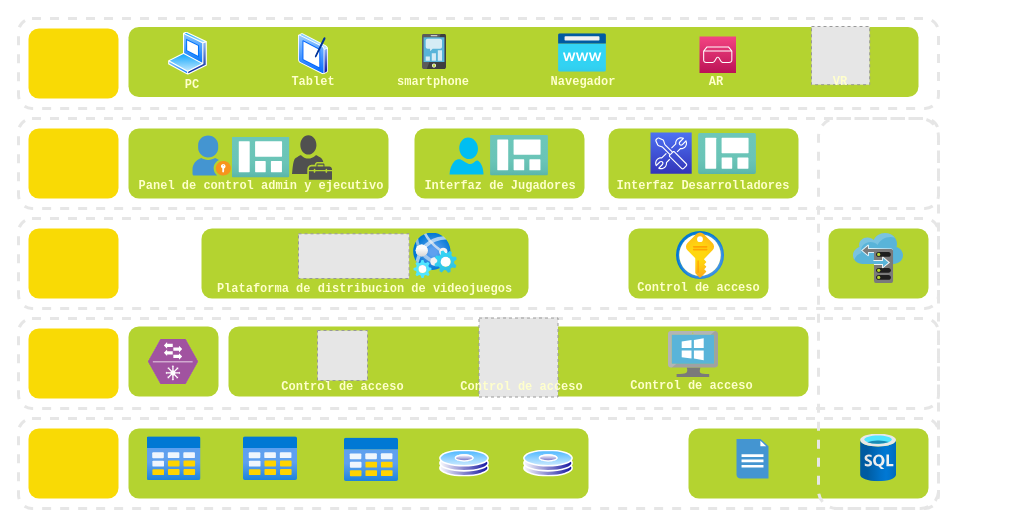
Earlier version of the draw.io diagram diagrama-plataforma-juegos-ecopetrol.drawio (atractorestudio/docs). Source tidied: cells renumbered, new cells numbered last; positions are measured from the earlier drawing's top-left corner, leaving out a move shared by most shapes. Both pictures are drawn from the tidied source at 100%, with x=0, y=0 at pixel (18, 18). Pictures stored in the file or linked from it are replaced by grey dashed boxes.
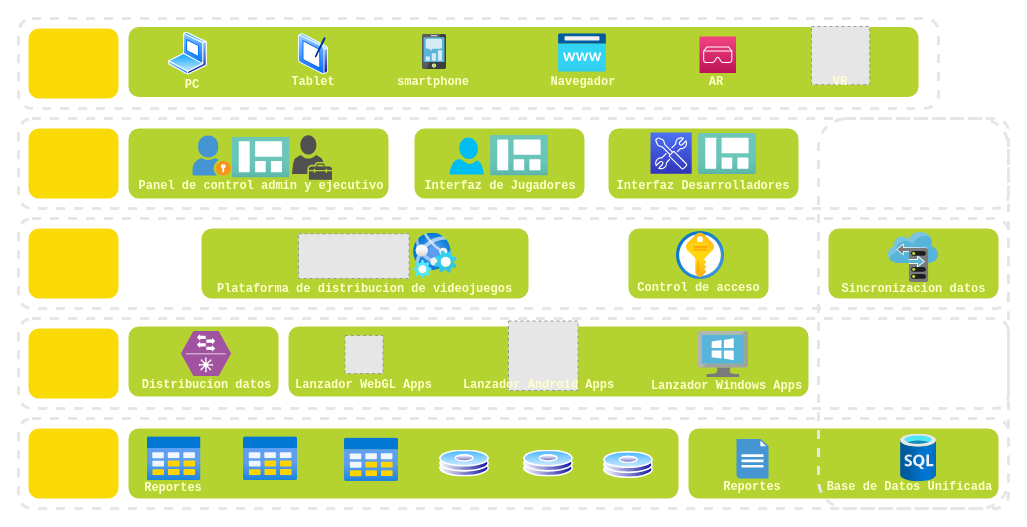
The same page after the edit.

Change to the diagram source:
```diff
@@
     <mxCell id="4" style="rounded=1;whiteSpace=wrap;html=1;dashed=1;strokeColor=#E6E6E6;strokeWidth=3;" parent="1" vertex="1">
-      <mxGeometry y="100" width="920" height="90" as="geometry" />
+      <mxGeometry y="100" width="990" height="90" as="geometry" />
     </mxCell>
@@
     <mxCell id="8" style="rounded=1;whiteSpace=wrap;html=1;dashed=1;strokeColor=#E6E6E6;strokeWidth=3;" parent="1" vertex="1">
-      <mxGeometry y="200" width="920" height="90" as="geometry" />
+      <mxGeometry y="200" width="990" height="90" as="geometry" />
     </mxCell>
     <mxCell id="9" style="rounded=1;whiteSpace=wrap;html=1;dashed=1;sketch=0;strokeWidth=3;strokeColor=none;fillColor=#B4D330;" parent="1" vertex="1">
-      <mxGeometry x="810" y="210" width="100" height="70" as="geometry" />
+      <mxGeometry x="810" y="210" width="170" height="70" as="geometry" />
     </mxCell>
@@
     <mxCell id="12" style="rounded=1;whiteSpace=wrap;html=1;dashed=1;strokeColor=#E6E6E6;strokeWidth=3;" parent="1" vertex="1">
-      <mxGeometry y="300" width="920" height="90" as="geometry" />
+      <mxGeometry y="300" width="990" height="90" as="geometry" />
     </mxCell>
     <mxCell id="13" style="rounded=1;whiteSpace=wrap;html=1;dashed=1;sketch=0;strokeWidth=3;strokeColor=none;fillColor=#B4D330;" parent="1" vertex="1">
-      <mxGeometry x="110" y="308" width="90" height="70" as="geometry" />
+      <mxGeometry x="110" y="308" width="150" height="70" as="geometry" />
     </mxCell>
     <mxCell id="14" style="rounded=1;whiteSpace=wrap;html=1;dashed=1;sketch=0;strokeWidth=3;strokeColor=none;fillColor=#B4D330;" parent="1" vertex="1">
-      <mxGeometry x="210" y="308" width="580" height="70" as="geometry" />
+      <mxGeometry x="270" y="308" width="520" height="70" as="geometry" />
     </mxCell>
     <mxCell id="15" style="rounded=1;whiteSpace=wrap;html=1;dashed=1;strokeColor=#E6E6E6;strokeWidth=3;" parent="1" vertex="1">
-      <mxGeometry y="400" width="920" height="90" as="geometry" />
+      <mxGeometry y="400" width="990" height="90" as="geometry" />
     </mxCell>
     <mxCell id="16" style="rounded=1;whiteSpace=wrap;html=1;dashed=1;sketch=0;strokeWidth=3;strokeColor=none;fillColor=#B4D330;" parent="1" vertex="1">
-      <mxGeometry x="110" y="410" width="460" height="70" as="geometry" />
+      <mxGeometry x="110" y="410" width="550" height="70" as="geometry" />
     </mxCell>
     <mxCell id="17" style="rounded=1;whiteSpace=wrap;html=1;dashed=1;sketch=0;strokeWidth=3;strokeColor=none;fillColor=#B4D330;" parent="1" vertex="1">
-      <mxGeometry x="670" y="410" width="240" height="70" as="geometry" />
+      <mxGeometry x="670" y="410" width="310" height="70" as="geometry" />
     </mxCell>
     <mxCell id="18" style="rounded=1;whiteSpace=wrap;html=1;dashed=1;strokeColor=#E6E6E6;strokeWidth=3;fillColor=none;" parent="1" vertex="1">
-      <mxGeometry x="800" y="100" width="120" height="390" as="geometry" />
+      <mxGeometry x="800" y="100" width="190" height="390" as="geometry" />
     </mxCell>
     <mxCell id="19" style="html=1;align=center;image;fontSize=12;image=img/lib/azure2/databases/SQL_Database.svg;dashed=1;strokeColor=#E6E6E6;strokeWidth=3;fillColor=none;" parent="1" vertex="1">
-      <mxGeometry x="842.1" y="415.5" width="35.9" height="47.8" as="geometry" />
+      <mxGeometry x="882.1" y="415.5" width="35.9" height="47.8" as="geometry" />
     </mxCell>
@@
     <mxCell id="27" style="html=1;align=center;image;fontSize=12;image=img/lib/mscae/Storage_sync_service.svg;dashed=1;sketch=1;strokeColor=#E6E6E6;strokeWidth=3;fillColor=none;" parent="1" vertex="1">
-      <mxGeometry x="835" y="215" width="50" height="50" as="geometry" />
+      <mxGeometry x="870" y="214" width="50" height="50" as="geometry" />
     </mxCell>
@@
     <mxCell id="42" style="html=1;align=center;image;fontSize=12;image=img/lib/mscae/VirtualMachineWindows.svg;dashed=1;sketch=0;strokeColor=#E6E6E6;strokeWidth=3;fillColor=#B4D330;" parent="1" vertex="1">
-      <mxGeometry x="650" y="313" width="50" height="46" as="geometry" />
+      <mxGeometry x="680" y="313" width="50" height="46" as="geometry" />
     </mxCell>
     <mxCell id="43" style="fillColor=#E6E6E6;strokeColor=#999999;dashed=1;html=1;verticalAlign=top;verticalLabelPosition=bottom;labelBackgroundColor=#ffffff;" parent="1" vertex="1">
-      <mxGeometry x="460.5" y="299.5" width="79" height="79" as="geometry" />
+      <mxGeometry x="490" y="302.5" width="69.5" height="69.5" as="geometry" />
     </mxCell>
     <mxCell id="44" style="fillColor=#E6E6E6;strokeColor=#999999;dashed=1;verticalLabelPosition=bottom;labelBackgroundColor=#ffffff;verticalAlign=top;" parent="1" vertex="1">
-      <mxGeometry x="299" y="312" width="50" height="50" as="geometry" />
+      <mxGeometry x="326.5" y="317" width="38" height="38" as="geometry" />
     </mxCell>
     <mxCell id="45" style="verticalLabelPosition=bottom;html=1;fillColor=#A153A0;strokeColor=#ffffff;verticalAlign=top;align=center;shape=mxgraph.cisco_safe.compositeIcon;bgIcon=mxgraph.cisco_safe.design.blank_device;resIcon=mxgraph.cisco_safe.design.distribution_switch;dashed=1;sketch=0;" parent="1" vertex="1">
-      <mxGeometry x="129.5" y="320.5" width="50" height="45" as="geometry" />
+      <mxGeometry x="162.5" y="312.5" width="50" height="45" as="geometry" />
     </mxCell>
@@
-    <mxCell id="63" value="Control de acceso" style="text;html=1;strokeColor=none;fillColor=none;align=center;verticalAlign=middle;whiteSpace=wrap;rounded=0;dashed=1;sketch=0;fontFamily=Courier New;fontStyle=1;fontColor=#FFFFCC;" parent="1" vertex="1">
-      <mxGeometry x="610" y="358" width="127" height="20" as="geometry" />
+    <mxCell id="63" value="Lanzador Windows Apps" style="text;html=1;strokeColor=none;fillColor=none;align=center;verticalAlign=middle;whiteSpace=wrap;rounded=0;dashed=1;sketch=0;fontFamily=Courier New;fontStyle=1;fontColor=#FFFFCC;" parent="1" vertex="1">
+      <mxGeometry x="630" y="358" width="157" height="20" as="geometry" />
     </mxCell>
-    <mxCell id="64" value="Control de acceso" style="text;html=1;strokeColor=none;fillColor=none;align=center;verticalAlign=middle;whiteSpace=wrap;rounded=0;dashed=1;sketch=0;fontFamily=Courier New;fontStyle=1;fontColor=#FFFFCC;" parent="1" vertex="1">
-      <mxGeometry x="440" y="359" width="127" height="20" as="geometry" />
-    </mxCell>
-    <mxCell id="65" value="Control de acceso" style="text;html=1;strokeColor=none;fillColor=none;align=center;verticalAlign=middle;whiteSpace=wrap;rounded=0;dashed=1;sketch=0;fontFamily=Courier New;fontStyle=1;fontColor=#FFFFCC;" parent="1" vertex="1">
-      <mxGeometry x="260.5" y="359" width="127" height="20" as="geometry" />
-    </mxCell>
+    <mxCell id="66" style="perimeter=ellipsePerimeter;html=1;align=center;shadow=0;dashed=0;spacingTop=3;image;image=img/lib/active_directory/hard_disk.svg;sketch=0;strokeColor=#E6E6E6;strokeWidth=3;fillColor=none;" parent="1" vertex="1">
+      <mxGeometry x="585" y="433" width="50" height="27" as="geometry" />
+    </mxCell>
+    <mxCell id="67" value="Lanzador Android Apps" style="text;html=1;strokeColor=none;fillColor=none;align=center;verticalAlign=middle;whiteSpace=wrap;rounded=0;dashed=1;sketch=0;fontFamily=Courier New;fontStyle=1;fontColor=#FFFFCC;" parent="1" vertex="1">
+      <mxGeometry x="441.5" y="357" width="157" height="20" as="geometry" />
+    </mxCell>
+    <mxCell id="68" value="Lanzador WebGL Apps" style="text;html=1;strokeColor=none;fillColor=none;align=center;verticalAlign=middle;whiteSpace=wrap;rounded=0;dashed=1;sketch=0;fontFamily=Courier New;fontStyle=1;fontColor=#FFFFCC;" parent="1" vertex="1">
+      <mxGeometry x="267" y="357" width="157" height="20" as="geometry" />
+    </mxCell>
+    <mxCell id="69" value="Distribucion datos" style="text;html=1;strokeColor=none;fillColor=none;align=center;verticalAlign=middle;whiteSpace=wrap;rounded=0;dashed=1;sketch=0;fontFamily=Courier New;fontStyle=1;fontColor=#FFFFCC;" parent="1" vertex="1">
+      <mxGeometry x="110" y="357" width="157" height="20" as="geometry" />
+    </mxCell>
+    <mxCell id="70" value="Base de Datos Unificada" style="text;html=1;strokeColor=none;fillColor=none;align=center;verticalAlign=middle;whiteSpace=wrap;rounded=0;dashed=1;sketch=0;fontFamily=Courier New;fontStyle=1;fontColor=#FFFFCC;" parent="1" vertex="1">
+      <mxGeometry x="803" y="458.5" width="177" height="20" as="geometry" />
+    </mxCell>
+    <mxCell id="71" value="Sincronizacion datos" style="text;html=1;strokeColor=none;fillColor=none;align=center;verticalAlign=middle;whiteSpace=wrap;rounded=0;dashed=1;sketch=0;fontFamily=Courier New;fontStyle=1;fontColor=#FFFFCC;" parent="1" vertex="1">
+      <mxGeometry x="807" y="260.5" width="177" height="20" as="geometry" />
+    </mxCell>
+    <mxCell id="72" value="Reportes" style="text;html=1;strokeColor=none;fillColor=none;align=center;verticalAlign=middle;whiteSpace=wrap;rounded=0;dashed=1;sketch=0;fontFamily=Courier New;fontStyle=1;fontColor=#FFFFCC;" parent="1" vertex="1">
+      <mxGeometry x="698" y="458.5" width="72" height="20" as="geometry" />
+    </mxCell>
+    <mxCell id="73" value="Reportes" style="text;html=1;strokeColor=none;fillColor=none;align=center;verticalAlign=middle;whiteSpace=wrap;rounded=0;dashed=1;sketch=0;fontFamily=Courier New;fontStyle=1;fontColor=#FFFFCC;" parent="1" vertex="1">
+      <mxGeometry x="119" y="460" width="72" height="20" as="geometry" />
+    </mxCell>
```
